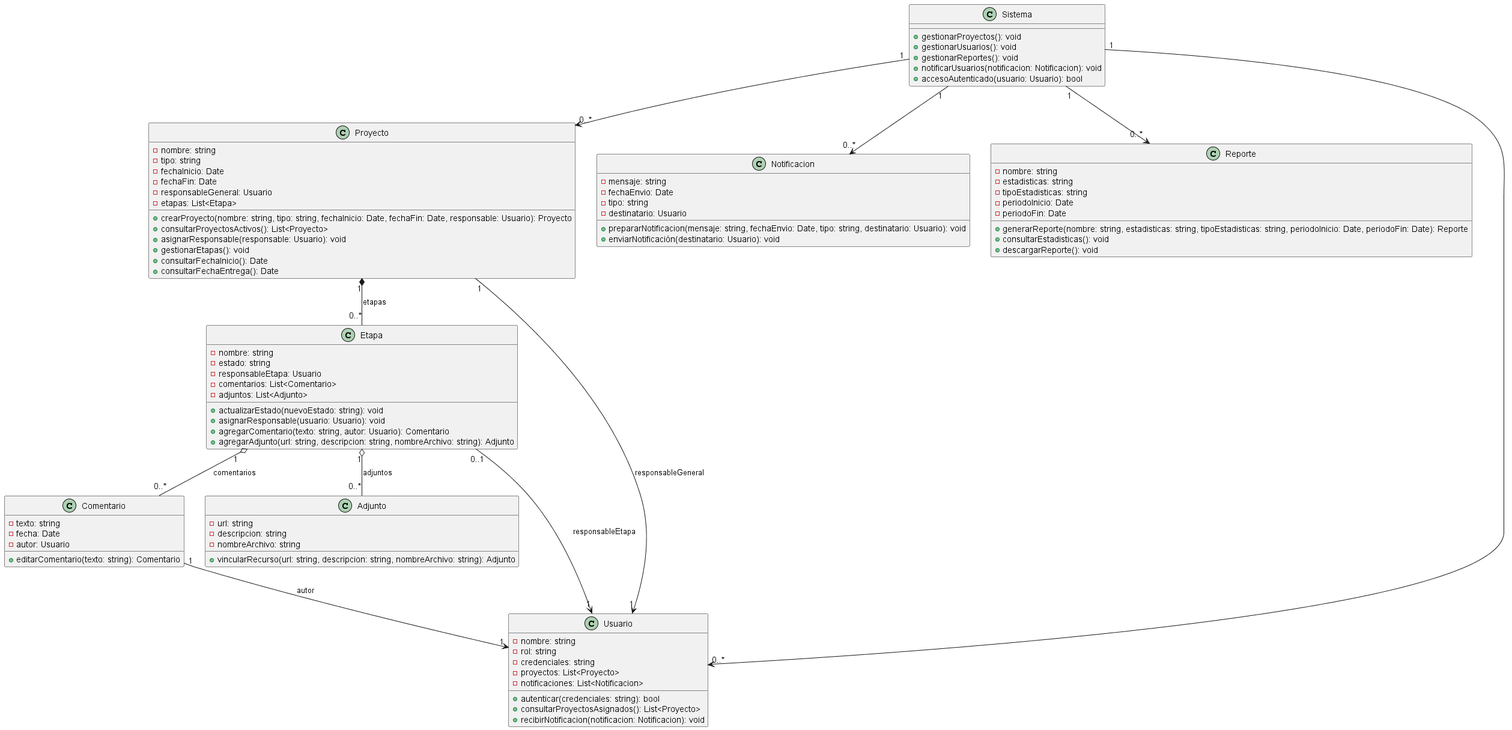
Above: diagramas/01-diagrama-clases/01-diagrama-clases-final.png in 9919-Mili/SistemaProductoraVideos (PlantUML), before the change. Its diagram source:
```plantuml
@startuml 01-diagrama-refinado


class Sistema {
	+ gestionarProyectos(): void
	+ gestionarUsuarios(): void
	+ gestionarReportes(): void
	+ notificarUsuarios(notificacion: Notificacion): void
	+ accesoAutenticado(usuario: Usuario): bool
}

class Proyecto {
	- nombre: string
	- tipo: string
	- fechaInicio: Date
	- fechaFin: Date
	- responsableGeneral: Usuario
	- etapas: List<Etapa>
	+ crearProyecto(nombre: string, tipo: string, fechaInicio: Date, fechaFin: Date, responsable: Usuario): Proyecto
	+ consultarProyectosActivos(): List<Proyecto>
	+ asignarResponsable(responsable: Usuario): void
	+ gestionarEtapas(): void
	+ consultarFechaInicio(): Date
	+ consultarFechaEntrega(): Date
}

class Etapa {
	- nombre: string
	- estado: string
	- responsableEtapa: Usuario
	- comentarios: List<Comentario>
	- adjuntos: List<Adjunto>
	+ actualizarEstado(nuevoEstado: string): void
	+ asignarResponsable(usuario: Usuario): void
	+ agregarComentario(texto: string, autor: Usuario): Comentario
	+ agregarAdjunto(url: string, descripcion: string, nombreArchivo: string): Adjunto
}

class Comentario {
	- texto: string
	- fecha: Date
	- autor: Usuario
	+ editarComentario(texto: string): Comentario
}

class Adjunto {
	- url: string
	- descripcion: string
	- nombreArchivo: string
	+ vincularRecurso(url: string, descripcion: string, nombreArchivo: string): Adjunto
}

class Notificacion {
	- mensaje: string
	- fechaEnvio: Date
	- tipo: string
	- destinatario: Usuario
	+ prepararNotificacion(mensaje: string, fechaEnvio: Date, tipo: string, destinatario: Usuario): void
	+ enviarNotificación(destinatario: Usuario): void
}

class Reporte {
	- nombre: string
	- estadisticas: string
	- tipoEstadisticas: string
	- periodoInicio: Date
	- periodoFin: Date
	+ generarReporte(nombre: string, estadisticas: string, tipoEstadisticas: string, periodoInicio: Date, periodoFin: Date): Reporte
	+ consultarEstadisticas(): void
	+ descargarReporte(): void
}

class Usuario {
	- nombre: string
	- rol: string
	- credenciales: string
	- proyectos: List<Proyecto>
	- notificaciones: List<Notificacion>
	+ autenticar(credenciales: string): bool
	+ consultarProyectosAsignados(): List<Proyecto>
	+ recibirNotificacion(notificacion: Notificacion): void
}

Proyecto "1" *-- "0..*" Etapa : etapas
Etapa "1" o-- "0..*" Comentario : comentarios
Etapa "1" o-- "0..*" Adjunto : adjuntos
Proyecto "1" --> "1" Usuario : responsableGeneral
Etapa "0..1" --> "1" Usuario : responsableEtapa
Comentario "1" --> "1" Usuario : autor
Sistema "1" --> "0..*" Proyecto
Sistema "1" --> "0..*" Usuario
Sistema "1" --> "0..*" Reporte
Sistema "1" --> "0..*" Notificacion


@enduml
```
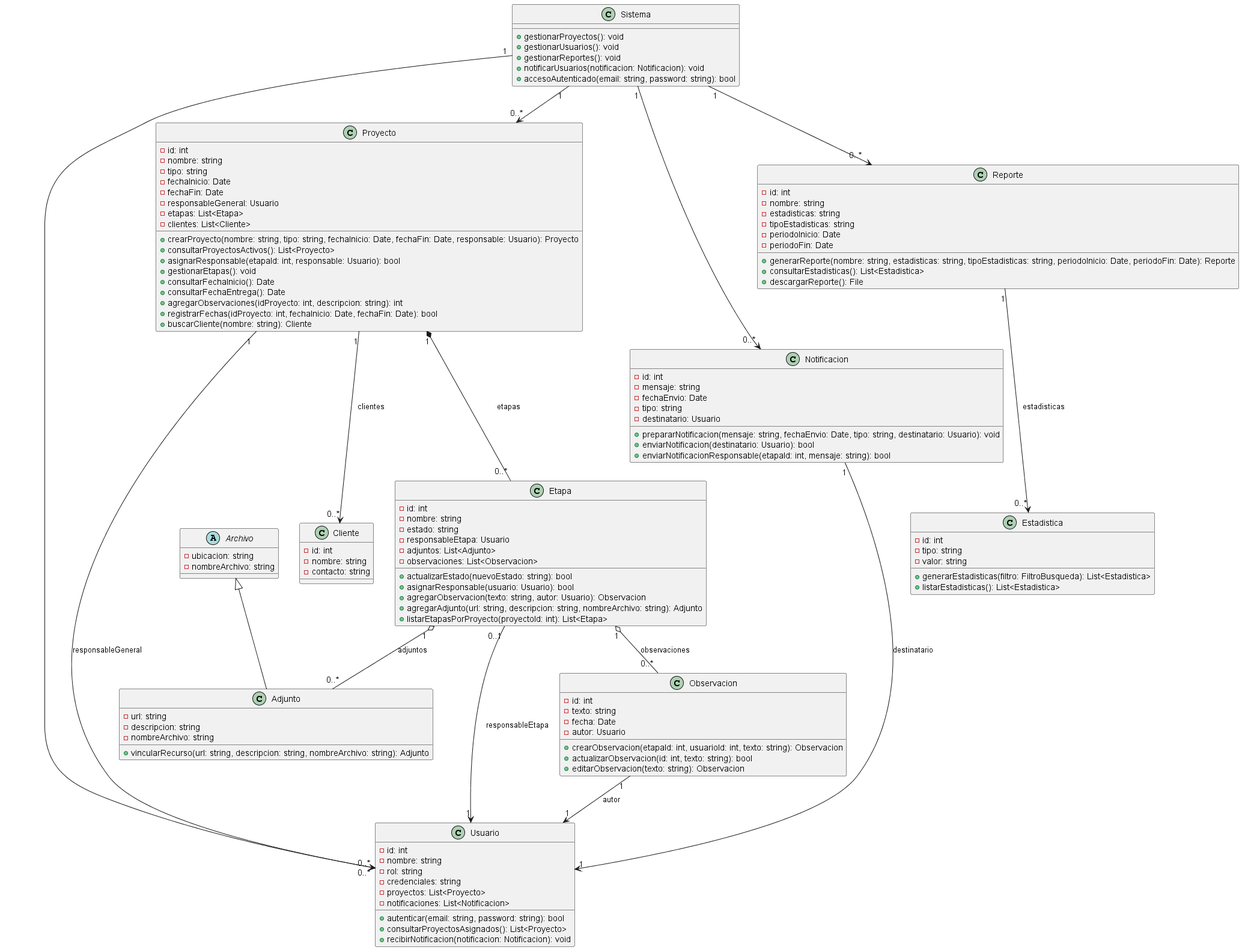
Later version of the same file.

The edit, as a diff of the source:
```diff
@@ -1,96 +1,135 @@
-@startuml 01-diagrama-refinado
+@startuml 01-diagrama-clases-final-refinado
 
 
+abstract class Archivo {
+    - ubicacion: string
+    - nombreArchivo: string
+}
+
 class Sistema {
-	+ gestionarProyectos(): void
-	+ gestionarUsuarios(): void
-	+ gestionarReportes(): void
-	+ notificarUsuarios(notificacion: Notificacion): void
-	+ accesoAutenticado(usuario: Usuario): bool
+    + gestionarProyectos(): void
+    + gestionarUsuarios(): void
+    + gestionarReportes(): void
+    + notificarUsuarios(notificacion: Notificacion): void
+    + accesoAutenticado(email: string, password: string): bool
+}
+
+class Usuario {
+    - id: int
+    - nombre: string
+    - rol: string
+    - credenciales: string
+    - proyectos: List<Proyecto>
+    - notificaciones: List<Notificacion>
+    + autenticar(email: string, password: string): bool
+    + consultarProyectosAsignados(): List<Proyecto>
+    + recibirNotificacion(notificacion: Notificacion): void
+}
+
+class Cliente {
+    - id: int
+    - nombre: string
+    - contacto: string
 }
 
 class Proyecto {
-	- nombre: string
-	- tipo: string
-	- fechaInicio: Date
-	- fechaFin: Date
-	- responsableGeneral: Usuario
-	- etapas: List<Etapa>
-	+ crearProyecto(nombre: string, tipo: string, fechaInicio: Date, fechaFin: Date, responsable: Usuario): Proyecto
-	+ consultarProyectosActivos(): List<Proyecto>
-	+ asignarResponsable(responsable: Usuario): void
-	+ gestionarEtapas(): void
-	+ consultarFechaInicio(): Date
-	+ consultarFechaEntrega(): Date
+    - id: int
+    - nombre: string
+    - tipo: string
+    - fechaInicio: Date
+    - fechaFin: Date
+    - responsableGeneral: Usuario
+    - etapas: List<Etapa>
+    - clientes: List<Cliente>
+    + crearProyecto(nombre: string, tipo: string, fechaInicio: Date, fechaFin: Date, responsable: Usuario): Proyecto
+    + consultarProyectosActivos(): List<Proyecto>
+    + asignarResponsable(etapaId: int, responsable: Usuario): bool
+    + gestionarEtapas(): void
+    + consultarFechaInicio(): Date
+    + consultarFechaEntrega(): Date
+    + agregarObservaciones(idProyecto: int, descripcion: string): int
+    + registrarFechas(idProyecto: int, fechaInicio: Date, fechaFin: Date): bool
+    + buscarCliente(nombre: string): Cliente
 }
 
 class Etapa {
-	- nombre: string
-	- estado: string
-	- responsableEtapa: Usuario
-	- comentarios: List<Comentario>
-	- adjuntos: List<Adjunto>
-	+ actualizarEstado(nuevoEstado: string): void
-	+ asignarResponsable(usuario: Usuario): void
-	+ agregarComentario(texto: string, autor: Usuario): Comentario
-	+ agregarAdjunto(url: string, descripcion: string, nombreArchivo: string): Adjunto
+    - id: int
+    - nombre: string
+    - estado: string
+    - responsableEtapa: Usuario
+    - adjuntos: List<Adjunto>
+    - observaciones: List<Observacion>
+    + actualizarEstado(nuevoEstado: string): bool
+    + asignarResponsable(usuario: Usuario): bool
+    + agregarObservacion(texto: string, autor: Usuario): Observacion
+    + agregarAdjunto(url: string, descripcion: string, nombreArchivo: string): Adjunto
+    + listarEtapasPorProyecto(proyectoId: int): List<Etapa>
 }
 
-class Comentario {
-	- texto: string
-	- fecha: Date
-	- autor: Usuario
-	+ editarComentario(texto: string): Comentario
+class Observacion {
+    - id: int
+    - texto: string
+    - fecha: Date
+    - autor: Usuario
+    + crearObservacion(etapaId: int, usuarioId: int, texto: string): Observacion
+    + actualizarObservacion(id: int, texto: string): bool
+    + editarObservacion(texto: string): Observacion
 }
 
+
 class Adjunto {
-	- url: string
-	- descripcion: string
-	- nombreArchivo: string
-	+ vincularRecurso(url: string, descripcion: string, nombreArchivo: string): Adjunto
+    - url: string
+    - descripcion: string
+    - nombreArchivo: string
+    + vincularRecurso(url: string, descripcion: string, nombreArchivo: string): Adjunto
 }
 
 class Notificacion {
-	- mensaje: string
-	- fechaEnvio: Date
-	- tipo: string
-	- destinatario: Usuario
-	+ prepararNotificacion(mensaje: string, fechaEnvio: Date, tipo: string, destinatario: Usuario): void
-	+ enviarNotificación(destinatario: Usuario): void
+    - id: int
+    - mensaje: string
+    - fechaEnvio: Date
+    - tipo: string
+    - destinatario: Usuario
+    + prepararNotificacion(mensaje: string, fechaEnvio: Date, tipo: string, destinatario: Usuario): void
+    + enviarNotificacion(destinatario: Usuario): bool
+    + enviarNotificacionResponsable(etapaId: int, mensaje: string): bool
 }
 
 class Reporte {
-	- nombre: string
-	- estadisticas: string
-	- tipoEstadisticas: string
-	- periodoInicio: Date
-	- periodoFin: Date
-	+ generarReporte(nombre: string, estadisticas: string, tipoEstadisticas: string, periodoInicio: Date, periodoFin: Date): Reporte
-	+ consultarEstadisticas(): void
-	+ descargarReporte(): void
+    - id: int
+    - nombre: string
+    - estadisticas: string
+    - tipoEstadisticas: string
+    - periodoInicio: Date
+    - periodoFin: Date
+    + generarReporte(nombre: string, estadisticas: string, tipoEstadisticas: string, periodoInicio: Date, periodoFin: Date): Reporte
+    + consultarEstadisticas(): List<Estadistica>
+    + descargarReporte(): File
 }
 
-class Usuario {
-	- nombre: string
-	- rol: string
-	- credenciales: string
-	- proyectos: List<Proyecto>
-	- notificaciones: List<Notificacion>
-	+ autenticar(credenciales: string): bool
-	+ consultarProyectosAsignados(): List<Proyecto>
-	+ recibirNotificacion(notificacion: Notificacion): void
+class Estadistica {
+    - id: int
+    - tipo: string
+    - valor: string
+    + generarEstadisticas(filtro: FiltroBusqueda): List<Estadistica>
+    + listarEstadisticas(): List<Estadistica>
 }
 
+
+Archivo <|-- Adjunto
+
 Proyecto "1" *-- "0..*" Etapa : etapas
-Etapa "1" o-- "0..*" Comentario : comentarios
+Etapa "1" o-- "0..*" Observacion : observaciones
 Etapa "1" o-- "0..*" Adjunto : adjuntos
-Proyecto "1" --> "1" Usuario : responsableGeneral
 Etapa "0..1" --> "1" Usuario : responsableEtapa
-Comentario "1" --> "1" Usuario : autor
+Proyecto "1" --> "0..*" Usuario : responsableGeneral
+Observacion "1" --> "1" Usuario : autor
+Notificacion "1" --> "1" Usuario : destinatario
+Proyecto "1" --> "0..*" Cliente : clientes
+Reporte "1" --> "0..*" Estadistica : estadisticas
 Sistema "1" --> "0..*" Proyecto
 Sistema "1" --> "0..*" Usuario
 Sistema "1" --> "0..*" Reporte
 Sistema "1" --> "0..*" Notificacion
 
-
 @enduml
```
